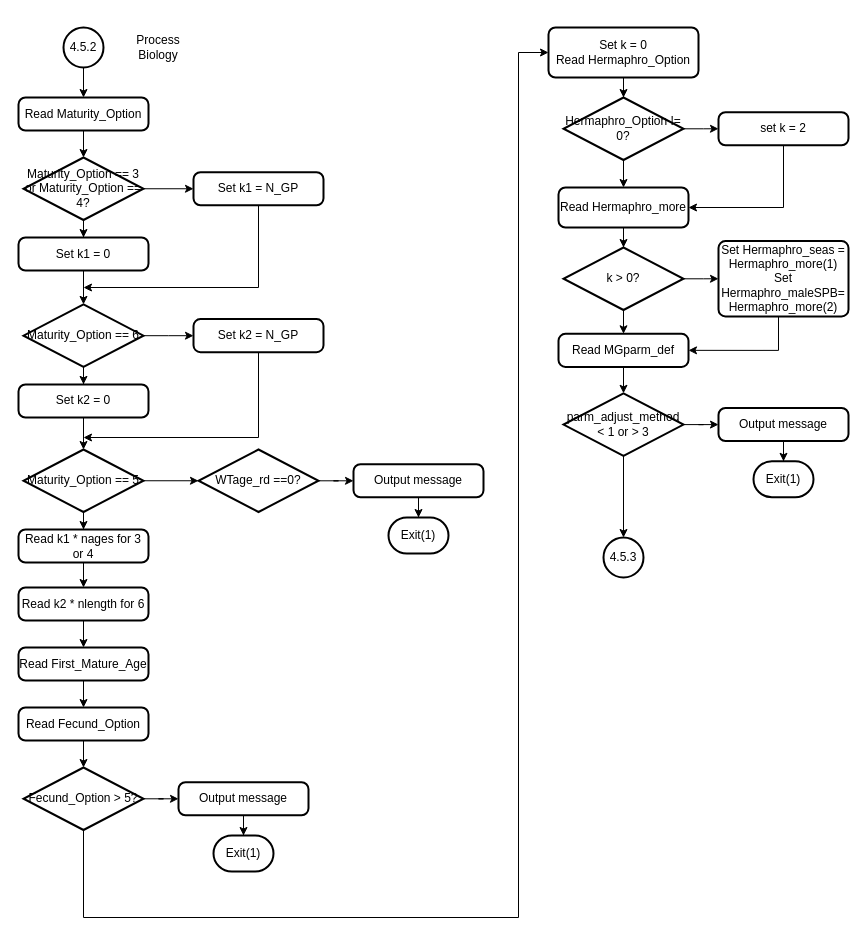
Earlier version of the draw.io diagram readControl_4-5-2.drawio (nmfs-ost/ss3-flowcharts). Source tidied: cells renumbered, new cells numbered last; positions are measured from the earlier drawing's top-left corner, leaving out a move shared by most shapes. Both pictures are drawn from the tidied source at 100%, with x=0, y=0 at pixel (18, 27).
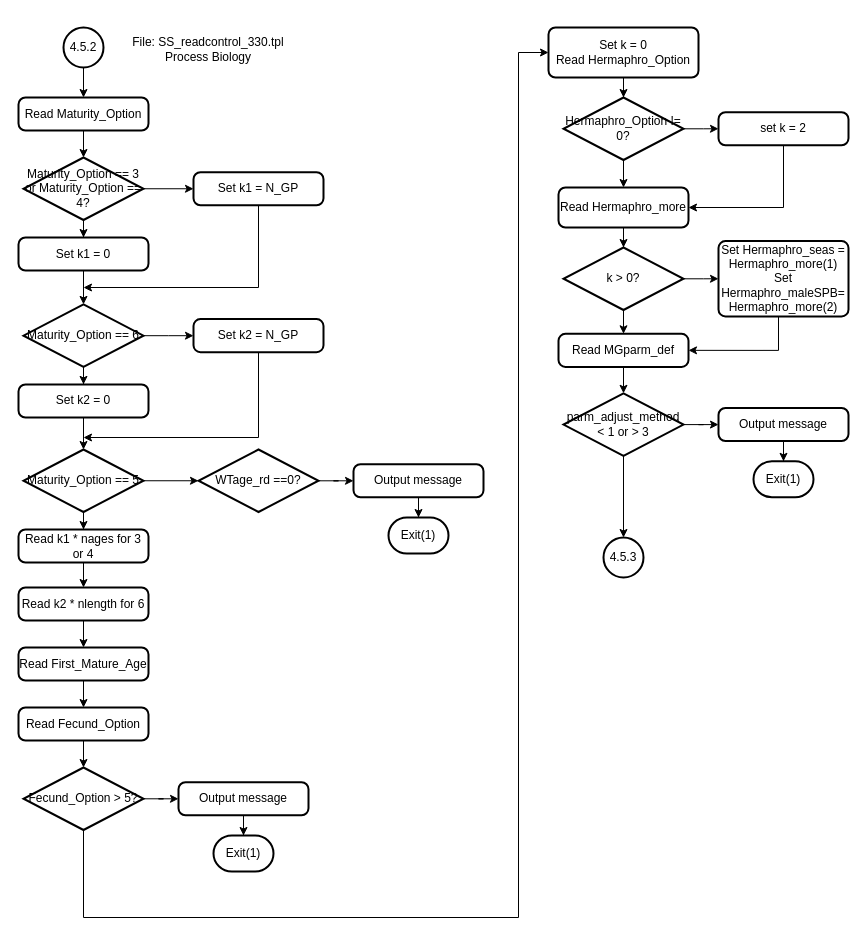
The same diagram, later.

The edit, as a diff of the source:
```diff
@@
-    <mxCell id="7" value="Process Biology&lt;br&gt;" style="text;html=1;strokeColor=none;fillColor=none;align=center;verticalAlign=middle;whiteSpace=wrap;rounded=0;" parent="1" vertex="1">
-      <mxGeometry x="120" width="40" height="40" as="geometry" />
+    <mxCell id="7" value="&lt;br&gt;File: SS_readcontrol_330.tpl&lt;br&gt;Process Biology" style="text;html=1;strokeColor=none;fillColor=none;align=center;verticalAlign=middle;whiteSpace=wrap;rounded=0;" parent="1" vertex="1">
+      <mxGeometry x="110" y="-10" width="160" height="50" as="geometry" />
     </mxCell>
```
